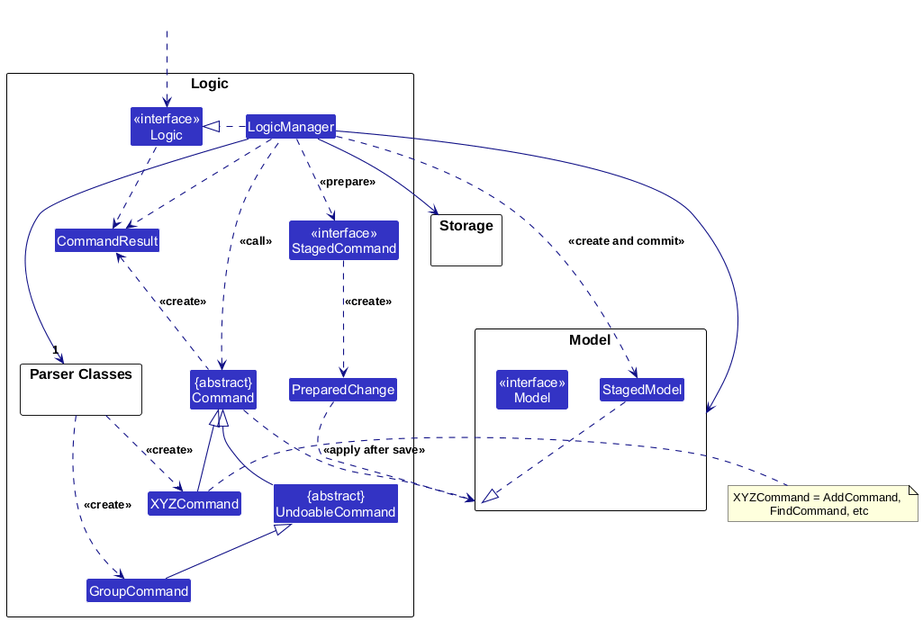
AY2627S1-CS2103T-W11-3/tp keeps this PlantUML diagram as docs/images/LogicClassDiagram.png. Above is the earlier version.
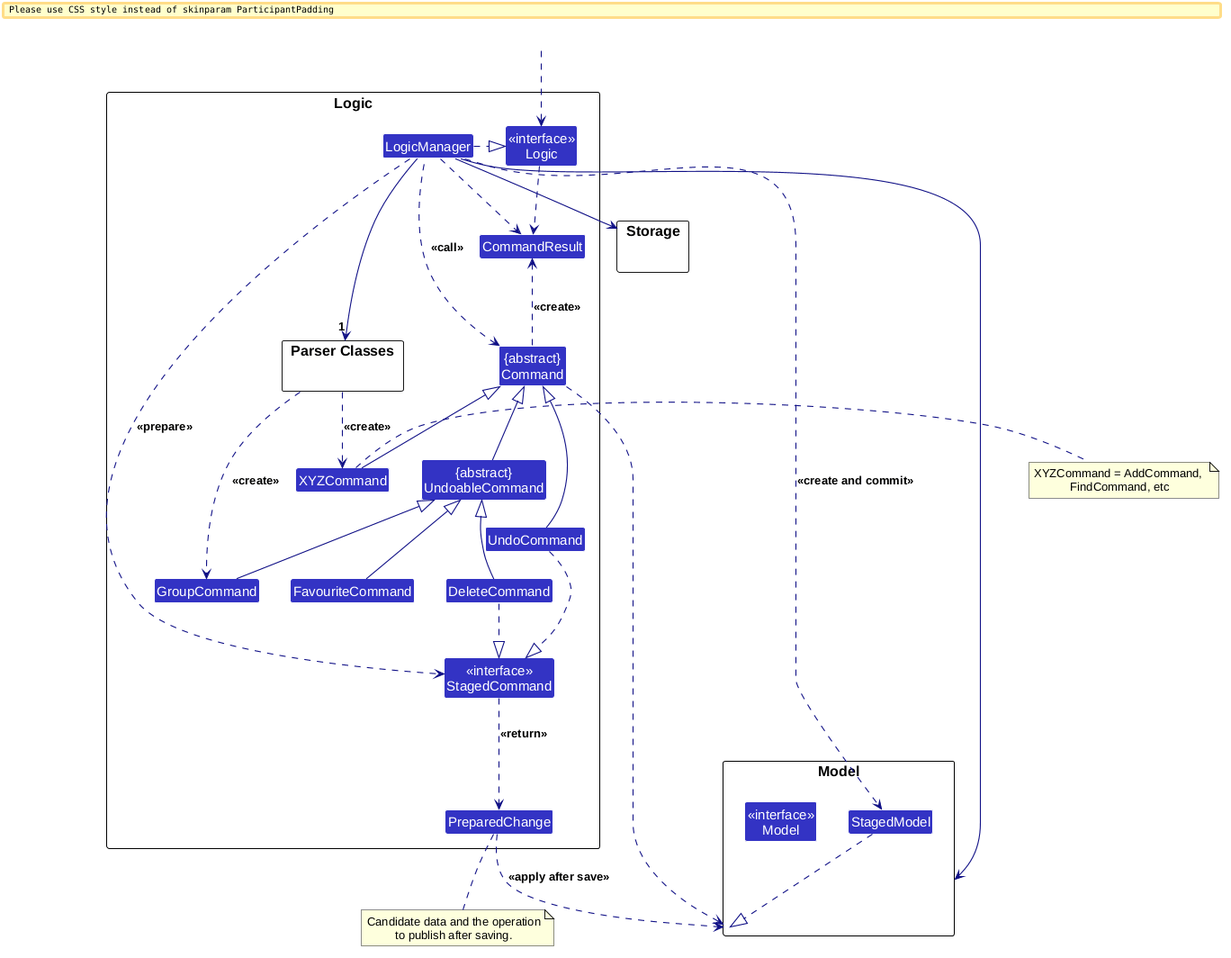
After the change.

Commit message:
Regenerate diagram images and fix guide references

Change to the diagram source:
```diff
@@ -13,6 +13,9 @@
 Class CommandResult
 Class "{abstract}\nCommand" as Command
 Class "{abstract}\nUndoableCommand" as UndoableCommand
+Class DeleteCommand
+Class FavouriteCommand
+Class UndoCommand
 Class "<<interface>>\nStagedCommand" as StagedCommand
 Class PreparedChange
 
@@ -39,12 +42,17 @@
 
 XYZCommand -up-|> Command
 UndoableCommand -up-|> Command
+DeleteCommand -up-|> UndoableCommand
+FavouriteCommand -up-|> UndoableCommand
+UndoCommand -up-|> Command
+DeleteCommand .down.|> StagedCommand
+UndoCommand .down.|> StagedCommand
+StagedCommand ..> PreparedChange : <<return>>
+LogicManager .left.> Command : <<call>>
+LogicManager ..> StagedCommand : <<prepare>>
 GroupCommand -up-|> UndoableCommand
-LogicManager .left.> Command : <<call>>
 LogicManager ..> StagedModel : <<create and commit>>
 StagedModel ..|> Model
-LogicManager ..> StagedCommand : <<prepare>>
-StagedCommand ..> PreparedChange : <<create>>
 PreparedChange ..> Model : <<apply after save>>
 
 LogicManager --> Model
@@ -57,4 +65,8 @@
 Logic ..> CommandResult
 LogicManager .down.> CommandResult
 Command .up.> CommandResult : <<create>>
+note bottom of PreparedChange
+Candidate data and the operation
+to publish after saving.
+end note
 @enduml
```
